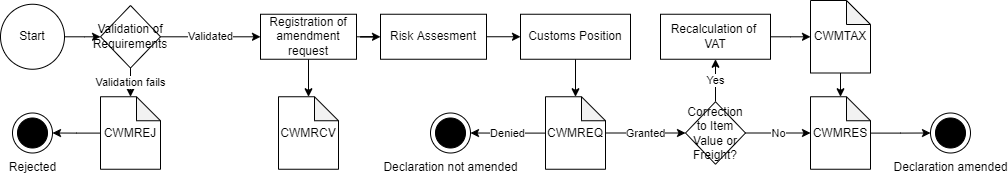
skat/dms-public keeps this draw.io diagram as Flows/amendment.png. Above is the earlier version. Source tidied: cells renumbered, new cells last; positions are measured from the earlier drawing's top-left corner, leaving out a move shared by most shapes. Its diagram source:
```xml
<mxGraphModel>
  <root>
    <mxCell id="0" />
    <mxCell id="1" parent="0" />
    <mxCell id="2" value="Rejected" style="shape=mxgraph.sysml.actFinal;html=1;verticalLabelPosition=bottom;labelBackgroundColor=#ffffff;verticalAlign=top;" parent="1" vertex="1">
      <mxGeometry x="12" y="112.5" width="40" height="40" as="geometry" />
    </mxCell>
    <mxCell id="3" value="Risk Assesment" style="whiteSpace=wrap;html=1;" parent="1" vertex="1">
      <mxGeometry x="380" y="13.8" width="106" height="45" as="geometry" />
    </mxCell>
    <mxCell id="4" style="edgeStyle=orthogonalEdgeStyle;rounded=0;jettySize=auto;html=1;" parent="1" edge="1" source="5" target="11">
      <mxGeometry relative="1" as="geometry" />
    </mxCell>
    <mxCell id="5" value="Start" style="ellipse;whiteSpace=wrap;html=1;" parent="1" vertex="1">
      <mxGeometry y="3.8" width="64" height="65" as="geometry" />
    </mxCell>
    <mxCell id="6" style="edgeStyle=orthogonalEdgeStyle;rounded=0;jettySize=auto;html=1;" parent="1" edge="1" source="8" target="3">
      <mxGeometry relative="1" as="geometry" />
    </mxCell>
    <mxCell id="7" style="edgeStyle=orthogonalEdgeStyle;rounded=0;jettySize=auto;html=1;" parent="1" edge="1" source="8" target="19">
      <mxGeometry relative="1" as="geometry" />
    </mxCell>
    <mxCell id="8" value="Registration of amendment request" style="whiteSpace=wrap;html=1;" parent="1" vertex="1">
      <mxGeometry x="260" y="13.8" width="96" height="45" as="geometry" />
    </mxCell>
    <mxCell id="9" value="Validated" style="edgeStyle=orthogonalEdgeStyle;rounded=0;jettySize=auto;html=1;" parent="1" edge="1" source="11" target="8">
      <mxGeometry relative="1" as="geometry" />
    </mxCell>
    <mxCell id="10" value="Validation fails" style="edgeStyle=orthogonalEdgeStyle;rounded=0;jettySize=auto;html=1;" parent="1" edge="1" source="11" target="21">
      <mxGeometry relative="1" as="geometry" />
    </mxCell>
    <mxCell id="11" value="Validation of Requirements" style="rhombus;whiteSpace=wrap;html=1;" parent="1" vertex="1">
      <mxGeometry x="100" y="5" width="60" height="62.5" as="geometry" />
    </mxCell>
    <mxCell id="12" style="edgeStyle=orthogonalEdgeStyle;rounded=0;jettySize=auto;html=1;" parent="1" edge="1" source="13" target="18">
      <mxGeometry relative="1" as="geometry" />
    </mxCell>
    <mxCell id="13" value="Customs Position" style="whiteSpace=wrap;html=1;" parent="1" vertex="1">
      <mxGeometry x="520" y="13.8" width="110" height="45" as="geometry" />
    </mxCell>
    <mxCell id="14" style="endArrow=classic;html=1;rounded=0;exitX=1;exitY=0.5;exitDx=0;exitDy=0;entryX=0;entryY=0.5;entryDx=0;entryDy=0;" parent="1" edge="1" source="3" target="13">
      <mxGeometry relative="1" as="geometry" />
    </mxCell>
    <mxCell id="15" value="Declaration amended" style="shape=mxgraph.sysml.actFinal;html=1;verticalLabelPosition=bottom;labelBackgroundColor=#ffffff;verticalAlign=top;" parent="1" vertex="1">
      <mxGeometry x="930" y="112.5" width="40" height="40" as="geometry" />
    </mxCell>
    <mxCell id="16" value="Granted" style="edgeStyle=orthogonalEdgeStyle;rounded=0;jettySize=auto;html=1;" parent="1" edge="1" source="18" target="24">
      <mxGeometry relative="1" as="geometry" />
    </mxCell>
    <mxCell id="17" value="Denied" style="edgeStyle=orthogonalEdgeStyle;rounded=0;jettySize=auto;html=1;" parent="1" edge="1" source="18" target="31">
      <mxGeometry relative="1" as="geometry" />
    </mxCell>
    <mxCell id="18" value="CWMREQ" style="shape=note;whiteSpace=wrap;html=1;backgroundOutline=1;darkOpacity=0.05;size=24;" parent="1" vertex="1">
      <mxGeometry x="545" y="96.2" width="60" height="72.5" as="geometry" />
    </mxCell>
    <mxCell id="19" value="CWMRCV" style="shape=note;whiteSpace=wrap;html=1;backgroundOutline=1;darkOpacity=0.05;size=24;" parent="1" vertex="1">
      <mxGeometry x="278" y="96.2" width="60" height="72.5" as="geometry" />
    </mxCell>
    <mxCell id="20" style="edgeStyle=orthogonalEdgeStyle;rounded=0;jettySize=auto;html=1;" parent="1" edge="1" source="21" target="2">
      <mxGeometry relative="1" as="geometry" />
    </mxCell>
    <mxCell id="21" value="CWMREJ" style="shape=note;whiteSpace=wrap;html=1;backgroundOutline=1;darkOpacity=0.05;size=24;" parent="1" vertex="1">
      <mxGeometry x="100" y="96.2" width="60" height="72.5" as="geometry" />
    </mxCell>
    <mxCell id="22" value="Yes" style="edgeStyle=orthogonalEdgeStyle;rounded=0;jettySize=auto;html=1;" parent="1" edge="1" source="24" target="28">
      <mxGeometry relative="1" as="geometry" />
    </mxCell>
    <mxCell id="23" value="No" style="edgeStyle=orthogonalEdgeStyle;rounded=0;jettySize=auto;html=1;" parent="1" edge="1" source="24" target="30">
      <mxGeometry relative="1" as="geometry" />
    </mxCell>
    <mxCell id="24" value="Correction to Item Value or&lt;br&gt;Freight?" style="rhombus;whiteSpace=wrap;html=1;" parent="1" vertex="1">
      <mxGeometry x="685" y="101.2" width="60" height="62.5" as="geometry" />
    </mxCell>
    <mxCell id="25" style="edgeStyle=orthogonalEdgeStyle;rounded=0;jettySize=auto;html=1;" parent="1" edge="1" source="26" target="30">
      <mxGeometry relative="1" as="geometry" />
    </mxCell>
    <mxCell id="26" value="CWMTAX" style="shape=note;whiteSpace=wrap;html=1;backgroundOutline=1;darkOpacity=0.05;size=24;" parent="1" vertex="1">
      <mxGeometry x="810" width="60" height="72.5" as="geometry" />
    </mxCell>
    <mxCell id="27" style="edgeStyle=orthogonalEdgeStyle;rounded=0;jettySize=auto;html=1;" parent="1" edge="1" source="28" target="26">
      <mxGeometry relative="1" as="geometry" />
    </mxCell>
    <mxCell id="28" value="Recalculation of&amp;nbsp; VAT" style="whiteSpace=wrap;html=1;" parent="1" vertex="1">
      <mxGeometry x="660" y="13.8" width="110" height="45" as="geometry" />
    </mxCell>
    <mxCell id="29" style="edgeStyle=orthogonalEdgeStyle;rounded=0;jettySize=auto;html=1;" parent="1" edge="1" source="30" target="15">
      <mxGeometry relative="1" as="geometry" />
    </mxCell>
    <mxCell id="30" value="CWMRES" style="shape=note;whiteSpace=wrap;html=1;backgroundOutline=1;darkOpacity=0.05;size=24;" parent="1" vertex="1">
      <mxGeometry x="810" y="96.2" width="60" height="72.5" as="geometry" />
    </mxCell>
    <mxCell id="31" value="Declaration not amended" style="shape=mxgraph.sysml.actFinal;html=1;verticalLabelPosition=bottom;labelBackgroundColor=#ffffff;verticalAlign=top;" parent="1" vertex="1">
      <mxGeometry x="430" y="112.5" width="40" height="40" as="geometry" />
    </mxCell>
  </root>
</mxGraphModel>
```
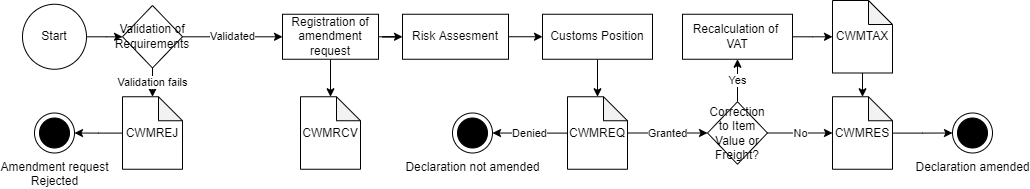
Above is the later version.

The edit, as a diff of the source:
```diff
@@ -2,7 +2,7 @@
   <root>
     <mxCell id="0" />
     <mxCell id="1" parent="0" />
-    <mxCell id="2" value="Rejected" style="shape=mxgraph.sysml.actFinal;html=1;verticalLabelPosition=bottom;labelBackgroundColor=#ffffff;verticalAlign=top;" parent="1" vertex="1">
+    <mxCell id="2" value="Amendment request&lt;br&gt;Rejected" style="shape=mxgraph.sysml.actFinal;html=1;verticalLabelPosition=bottom;labelBackgroundColor=#ffffff;verticalAlign=top;" parent="1" vertex="1">
       <mxGeometry x="12" y="112.5" width="40" height="40" as="geometry" />
     </mxCell>
     <mxCell id="3" value="Risk Assesment" style="whiteSpace=wrap;html=1;" parent="1" vertex="1">
```
